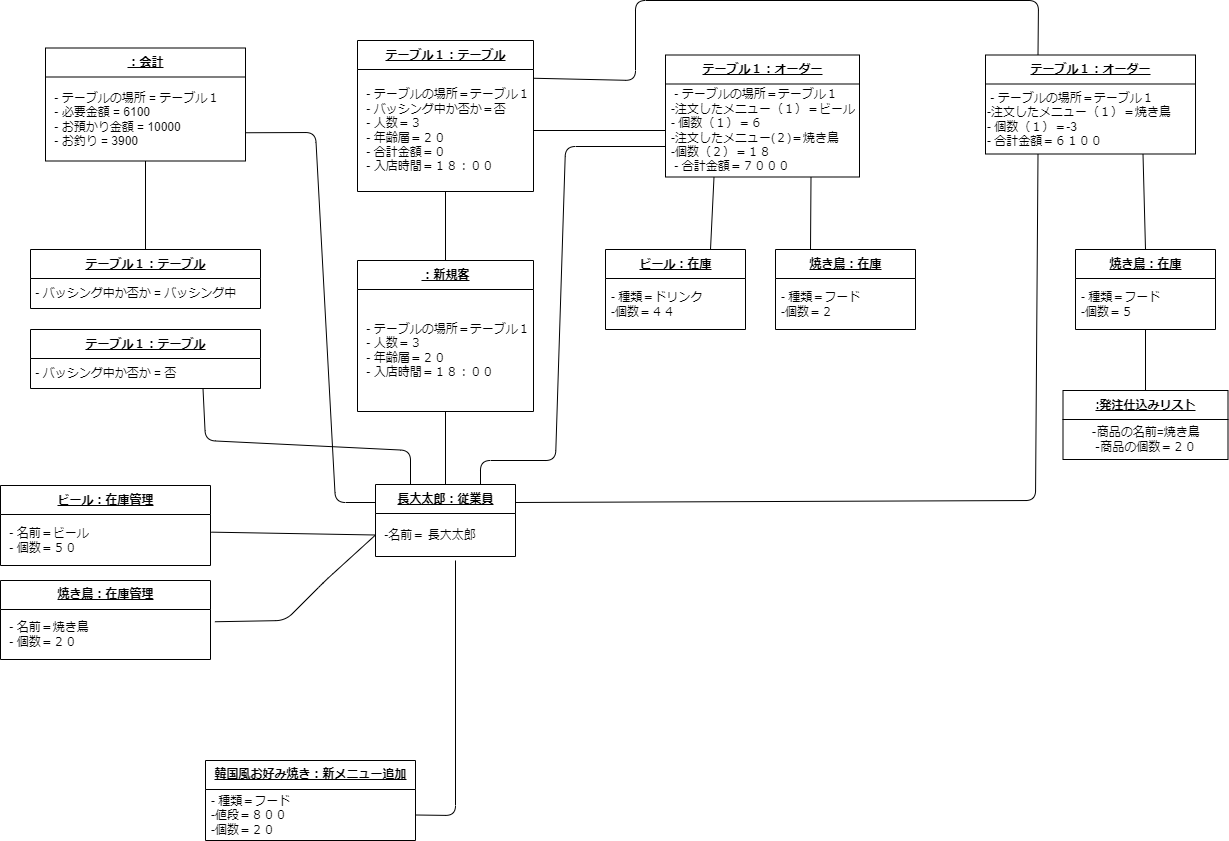
MasakiHiguchi/--- keeps this draw.io diagram as psp4/オブジェクト図/オブジェクト図ver3.drawio.png. Above is the earlier version. Source tidied: cells renumbered, new cells last; positions are measured from the earlier drawing's top-left corner, leaving out a move shared by most shapes.
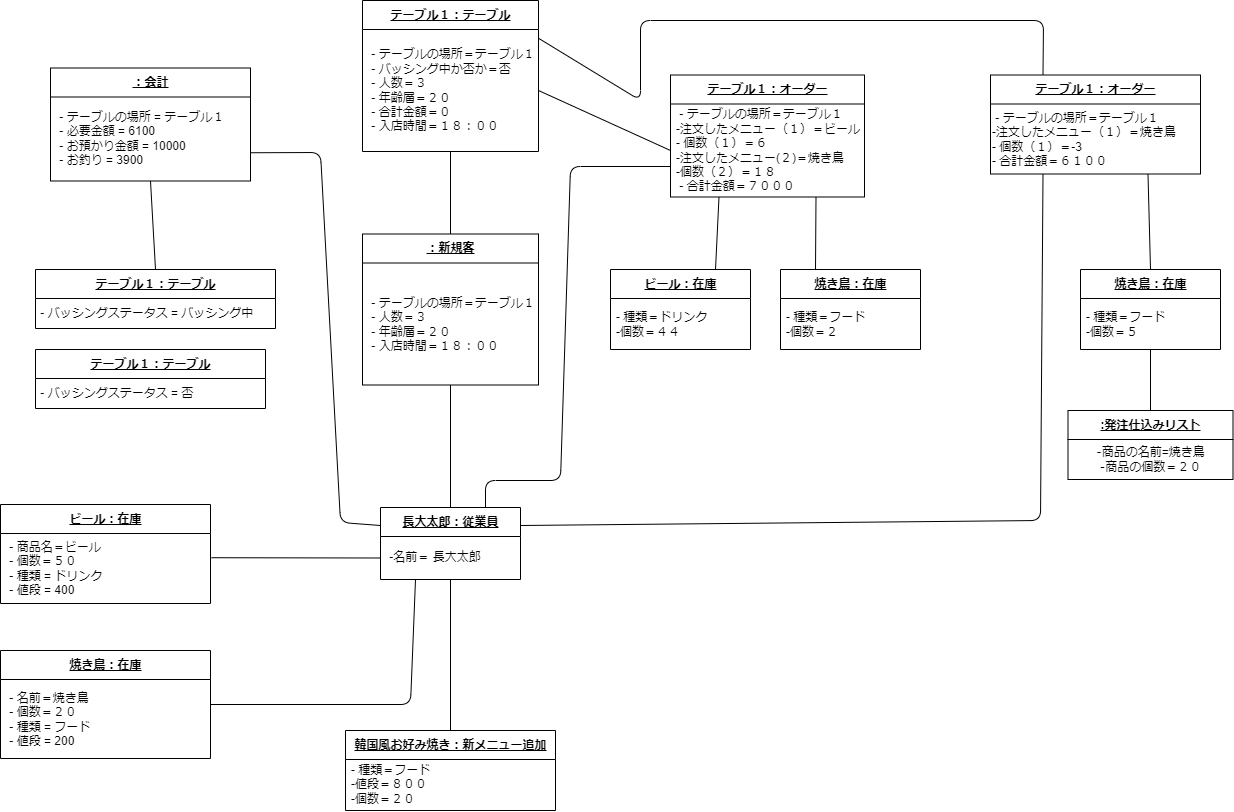
The same file after the commit.

The edit, as a diff of the source:
```diff
@@ -3,7 +3,7 @@
     <mxCell id="0" />
     <mxCell id="1" parent="0" />
     <mxCell id="2" value="&lt;u&gt;テーブル１：テーブル&lt;/u&gt;" style="swimlane;fontStyle=1;align=center;verticalAlign=middle;horizontal=1;startSize=29;html=1;" parent="1" vertex="1">
-      <mxGeometry x="357" y="40" width="176" height="151" as="geometry" />
+      <mxGeometry x="357" y="-20" width="176" height="151" as="geometry" />
     </mxCell>
     <mxCell id="3" value="&amp;nbsp;- テーブルの場所＝テーブル１&lt;br&gt;&amp;nbsp;- バッシング中か否か＝否&lt;br&gt;&amp;nbsp;- 人数＝３&lt;br&gt;&amp;nbsp;- 年齢層＝２０&lt;br&gt;&amp;nbsp;- 合計金額＝０&lt;br&gt;&amp;nbsp;- 入店時間＝１８：００" style="text;html=1;strokeColor=none;fillColor=none;align=left;verticalAlign=middle;spacingLeft=4;spacingRight=4;overflow=hidden;points=[[0,0.5],[1,0.5]];portConstraint=eastwest;" parent="2" vertex="1">
       <mxGeometry y="29" width="176" height="122" as="geometry" />
@@ -14,14 +14,6 @@
     <mxCell id="5" value="&amp;nbsp;- テーブルの場所＝テーブル１&lt;br&gt;-注文したメニュー（１）＝ビール&amp;nbsp;&lt;br&gt;-&amp;nbsp;個数（１）＝６&lt;br&gt;-注文したメニュー(２)＝焼き鳥&lt;br&gt;-個数（２）＝１８&lt;br&gt;&amp;nbsp;- 合計金額＝７０００" style="text;html=1;strokeColor=none;fillColor=none;align=left;verticalAlign=middle;spacingLeft=4;spacingRight=4;overflow=hidden;points=[[0,0.5],[1,0.5]];portConstraint=eastwest;" parent="4" vertex="1">
       <mxGeometry y="29" width="194" height="93" as="geometry" />
     </mxCell>
-    <mxCell id="6" style="edgeStyle=none;rounded=1;sketch=0;hachureGap=4;jiggle=2;curveFitting=1;html=1;entryX=1;entryY=0.5;entryDx=0;entryDy=0;fontFamily=Architects Daughter;fontSource=https%3A%2F%2Ffonts.googleapis.com%2Fcss%3Ffamily%3DArchitects%2BDaughter;fontSize=16;endArrow=none;endFill=0;" parent="1" edge="1" target="27">
-      <mxGeometry relative="1" as="geometry">
-        <mxPoint x="455" y="560" as="sourcePoint" />
-        <Array as="points">
-          <mxPoint x="455" y="815" />
-        </Array>
-      </mxGeometry>
-    </mxCell>
     <mxCell id="7" style="edgeStyle=none;html=1;exitX=0.5;exitY=0;exitDx=0;exitDy=0;entryX=0.5;entryY=1;entryDx=0;entryDy=0;endArrow=none;endFill=0;" parent="1" edge="1" source="12" target="44">
       <mxGeometry relative="1" as="geometry" />
     </mxCell>
@@ -49,16 +41,15 @@
         </Array>
       </mxGeometry>
     </mxCell>
-    <mxCell id="11" style="edgeStyle=none;html=1;exitX=0.25;exitY=0;exitDx=0;exitDy=0;entryX=0.75;entryY=1;entryDx=0;entryDy=0;endArrow=none;endFill=0;" parent="1" edge="1" source="12" target="46">
-      <mxGeometry relative="1" as="geometry">
-        <Array as="points">
-          <mxPoint x="410" y="450" />
-          <mxPoint x="205" y="440" />
-        </Array>
-      </mxGeometry>
-    </mxCell>
+    <mxCell id="48" style="edgeStyle=none;html=1;exitX=0.25;exitY=1;exitDx=0;exitDy=0;entryX=1;entryY=0.5;entryDx=0;entryDy=0;endArrow=none;endFill=0;" parent="1" edge="1" source="12" target="36">
+      <mxGeometry relative="1" as="geometry">
+        <Array as="points">
+          <mxPoint x="405" y="684" />
+        </Array>
+      </mxGeometry>
+    </mxCell>
     <mxCell id="12" value="&lt;u&gt;長大太郎：従業員&lt;/u&gt;" style="swimlane;fontStyle=1;align=center;verticalAlign=middle;horizontal=1;startSize=29;html=1;" parent="1" vertex="1">
-      <mxGeometry x="375" y="484" width="140" height="72" as="geometry" />
+      <mxGeometry x="375" y="487" width="140" height="72" as="geometry" />
     </mxCell>
     <mxCell id="13" value="&amp;nbsp;-名前＝ 長大太郎" style="text;html=1;strokeColor=none;fillColor=none;align=left;verticalAlign=middle;spacingLeft=4;spacingRight=4;overflow=hidden;points=[[0,0.5],[1,0.5]];portConstraint=eastwest;" parent="12" vertex="1">
       <mxGeometry y="29" width="140" height="43" as="geometry" />
@@ -105,8 +96,11 @@
     <mxCell id="25" value="- 種類＝フード&lt;br&gt;-個数＝５" style="text;html=1;strokeColor=none;fillColor=none;align=left;verticalAlign=middle;spacingLeft=4;spacingRight=4;overflow=hidden;" parent="24" vertex="1">
       <mxGeometry y="29" width="140" height="51" as="geometry" />
     </mxCell>
+    <mxCell id="49" style="edgeStyle=none;html=1;exitX=0.5;exitY=0;exitDx=0;exitDy=0;entryX=0.5;entryY=1;entryDx=0;entryDy=0;endArrow=none;endFill=0;" parent="1" edge="1" source="26" target="12">
+      <mxGeometry relative="1" as="geometry" />
+    </mxCell>
     <mxCell id="26" value="&lt;u&gt;韓国風お好み焼き：新メニュー追加&lt;/u&gt;" style="swimlane;fontStyle=1;align=center;verticalAlign=middle;horizontal=1;startSize=29;html=1;" parent="1" vertex="1">
-      <mxGeometry x="205" y="760" width="210" height="80" as="geometry" />
+      <mxGeometry x="340" y="710" width="210" height="80" as="geometry" />
     </mxCell>
     <mxCell id="27" value="- 種類＝フード&lt;br&gt;-値段＝８００&lt;br&gt;-個数＝２０" style="text;html=1;strokeColor=none;fillColor=none;align=left;verticalAlign=middle;spacingLeft=4;spacingRight=4;overflow=hidden;points=[[0,0.5],[1,0.5]];portConstraint=eastwest;" parent="26" vertex="1">
       <mxGeometry y="29" width="210" height="51" as="geometry" />
@@ -130,34 +124,26 @@
       <mxGeometry relative="1" as="geometry" />
     </mxCell>
     <mxCell id="34" value="&lt;u&gt;テーブル１：テーブル&lt;/u&gt;" style="swimlane;fontStyle=1;align=center;verticalAlign=middle;horizontal=1;startSize=29;html=1;" parent="1" vertex="1">
-      <mxGeometry x="30" y="249" width="230" height="59" as="geometry" />
+      <mxGeometry x="30" y="249" width="240" height="59" as="geometry" />
     </mxCell>
-    <mxCell id="35" value="&amp;nbsp;- バッシング中か否か = バッシング中" style="text;html=1;align=left;verticalAlign=middle;strokeColor=none;fillColor=none;" parent="34" vertex="1">
-      <mxGeometry y="29" width="230" height="30" as="geometry" />
+    <mxCell id="35" value="&amp;nbsp;- バッシングステータス = バッシング中" style="text;html=1;align=left;verticalAlign=middle;strokeColor=none;fillColor=none;" parent="34" vertex="1">
+      <mxGeometry y="29" width="240" height="30" as="geometry" />
     </mxCell>
-    <mxCell id="36" value="&lt;u&gt;焼き鳥：在庫管理&lt;/u&gt;" style="swimlane;fontStyle=1;align=center;verticalAlign=middle;horizontal=1;startSize=29;html=1;" parent="1" vertex="1">
-      <mxGeometry y="580" width="210" height="79" as="geometry" />
+    <mxCell id="36" value="&lt;u&gt;焼き鳥：在庫&lt;/u&gt;" style="swimlane;fontStyle=1;align=center;verticalAlign=middle;horizontal=1;startSize=29;html=1;" parent="1" vertex="1">
+      <mxGeometry x="-5" y="630" width="210" height="108" as="geometry" />
     </mxCell>
-    <mxCell id="37" value="&amp;nbsp;- 名前＝焼き鳥&lt;br&gt;&amp;nbsp;- 個数＝２０" style="text;html=1;strokeColor=none;fillColor=none;align=left;verticalAlign=middle;spacingLeft=4;spacingRight=4;overflow=hidden;points=[[0,0.5],[1,0.5]];portConstraint=eastwest;" parent="36" vertex="1">
-      <mxGeometry y="29" width="210" height="50" as="geometry" />
+    <mxCell id="37" value="&amp;nbsp;- 名前＝焼き鳥&lt;br&gt;&amp;nbsp;- 個数＝２０&lt;br&gt;&amp;nbsp;- 種類 = フード&lt;br&gt;&amp;nbsp;- 値段 = 200" style="text;html=1;strokeColor=none;fillColor=none;align=left;verticalAlign=middle;spacingLeft=4;spacingRight=4;overflow=hidden;points=[[0,0.5],[1,0.5]];portConstraint=eastwest;" parent="36" vertex="1">
+      <mxGeometry y="29" width="210" height="79" as="geometry" />
     </mxCell>
-    <mxCell id="38" value="&lt;u&gt;ビール：在庫管理&lt;/u&gt;" style="swimlane;fontStyle=1;align=center;verticalAlign=middle;horizontal=1;startSize=29;html=1;" parent="1" vertex="1">
-      <mxGeometry y="485" width="210" height="80" as="geometry" />
+    <mxCell id="38" value="&lt;u&gt;ビール：在庫&lt;/u&gt;" style="swimlane;fontStyle=1;align=center;verticalAlign=middle;horizontal=1;startSize=29;html=1;" parent="1" vertex="1">
+      <mxGeometry x="-5" y="484" width="210" height="99" as="geometry" />
     </mxCell>
-    <mxCell id="39" value="&amp;nbsp;- 名前＝ビール&lt;br&gt;&amp;nbsp;- 個数＝５０" style="text;html=1;strokeColor=none;fillColor=none;align=left;verticalAlign=middle;spacingLeft=4;spacingRight=4;overflow=hidden;points=[[0,0.5],[1,0.5]];portConstraint=eastwest;" parent="38" vertex="1">
-      <mxGeometry y="29" width="210" height="51" as="geometry" />
+    <mxCell id="39" value="&amp;nbsp;- 商品名＝ビール&lt;br&gt;&amp;nbsp;- 個数＝５０&lt;br&gt;&amp;nbsp;- 種類 = ドリンク&lt;br&gt;&amp;nbsp;- 値段 = 400" style="text;html=1;strokeColor=none;fillColor=none;align=left;verticalAlign=middle;spacingLeft=4;spacingRight=4;overflow=hidden;points=[[0,0.5],[1,0.5]];portConstraint=eastwest;" parent="38" vertex="1">
+      <mxGeometry y="29" width="210" height="70" as="geometry" />
     </mxCell>
     <mxCell id="40" style="edgeStyle=none;sketch=0;hachureGap=4;jiggle=2;curveFitting=1;html=1;entryX=1.004;entryY=0.346;entryDx=0;entryDy=0;entryPerimeter=0;fontFamily=Architects Daughter;fontSource=https%3A%2F%2Ffonts.googleapis.com%2Fcss%3Ffamily%3DArchitects%2BDaughter;fontSize=16;endArrow=none;endFill=0;exitX=0;exitY=0.5;exitDx=0;exitDy=0;" parent="1" edge="1" source="13" target="39">
       <mxGeometry relative="1" as="geometry" />
     </mxCell>
-    <mxCell id="41" style="edgeStyle=none;sketch=0;hachureGap=4;jiggle=2;curveFitting=1;html=1;entryX=1.021;entryY=0.245;entryDx=0;entryDy=0;entryPerimeter=0;fontFamily=Architects Daughter;fontSource=https%3A%2F%2Ffonts.googleapis.com%2Fcss%3Ffamily%3DArchitects%2BDaughter;fontSize=16;endArrow=none;endFill=0;exitX=0;exitY=0.5;exitDx=0;exitDy=0;" parent="1" edge="1" source="13" target="37">
-      <mxGeometry relative="1" as="geometry">
-        <Array as="points">
-          <mxPoint x="325" y="580" />
-          <mxPoint x="285" y="620" />
-        </Array>
-      </mxGeometry>
-    </mxCell>
     <mxCell id="42" style="edgeStyle=none;html=1;exitX=1;exitY=0.5;exitDx=0;exitDy=0;entryX=0;entryY=0.5;entryDx=0;entryDy=0;endArrow=none;endFill=0;" parent="1" edge="1" source="3" target="5">
       <mxGeometry relative="1" as="geometry" />
     </mxCell>
@@ -165,7 +151,7 @@
       <mxGeometry relative="1" as="geometry" />
     </mxCell>
     <mxCell id="44" value="&lt;u&gt;：新規客&lt;/u&gt;" style="swimlane;fontStyle=1;align=center;verticalAlign=middle;horizontal=1;startSize=29;html=1;" parent="1" vertex="1">
-      <mxGeometry x="357" y="260" width="176" height="151" as="geometry" />
+      <mxGeometry x="357" y="213.5" width="176" height="151" as="geometry" />
     </mxCell>
     <mxCell id="45" value="&amp;nbsp;- テーブルの場所＝テーブル１&lt;br&gt;&amp;nbsp;- 人数＝３&lt;br&gt;&amp;nbsp;- 年齢層＝２０&lt;br&gt;&amp;nbsp;- 入店時間＝１８：００" style="text;html=1;strokeColor=none;fillColor=none;align=left;verticalAlign=middle;spacingLeft=4;spacingRight=4;overflow=hidden;" parent="44" vertex="1">
       <mxGeometry y="29" width="176" height="122" as="geometry" />
@@ -173,7 +159,7 @@
     <mxCell id="46" value="&lt;u&gt;テーブル１：テーブル&lt;/u&gt;" style="swimlane;fontStyle=1;align=center;verticalAlign=middle;horizontal=1;startSize=29;html=1;" parent="1" vertex="1">
       <mxGeometry x="30" y="329" width="230" height="59" as="geometry" />
     </mxCell>
-    <mxCell id="47" value="&amp;nbsp;- バッシング中か否か = 否" style="text;html=1;align=left;verticalAlign=middle;strokeColor=none;fillColor=none;" parent="46" vertex="1">
+    <mxCell id="47" value="&amp;nbsp;- バッシングステータス = 否" style="text;html=1;align=left;verticalAlign=middle;strokeColor=none;fillColor=none;" parent="46" vertex="1">
       <mxGeometry y="29" width="230" height="30" as="geometry" />
     </mxCell>
   </root>
```
